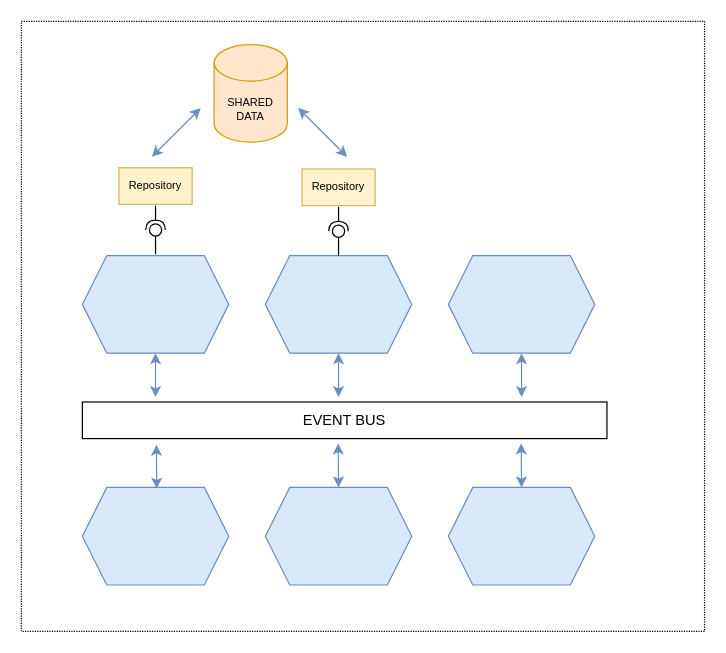
Before: page "Shared Data" (5 of 17) of diagrams.drawio in alicemunsal/dohex, a draw.io diagram. Source tidied: cells renumbered, new cells numbered last; positions are measured from the earlier drawing's top-left corner, leaving out a move shared by most shapes. Both pictures are drawn from the tidied source at 122%, with x=0, y=0 at pixel (21, 21).
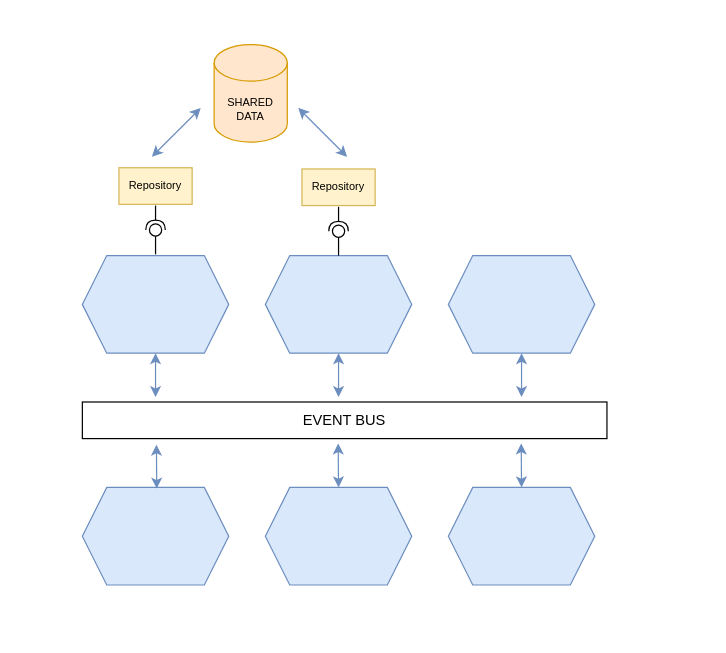
The same diagram, later.

What changed in the source:
```diff
@@
-    <mxCell id="2" style="rounded=0;whiteSpace=wrap;html=1;fontSize=12;strokeWidth=1;dashed=1;dashPattern=1 1;perimeterSpacing=1;fillColor=none;" parent="1" vertex="1">
-      <mxGeometry width="560" height="500" as="geometry" />
-    </mxCell>
```
